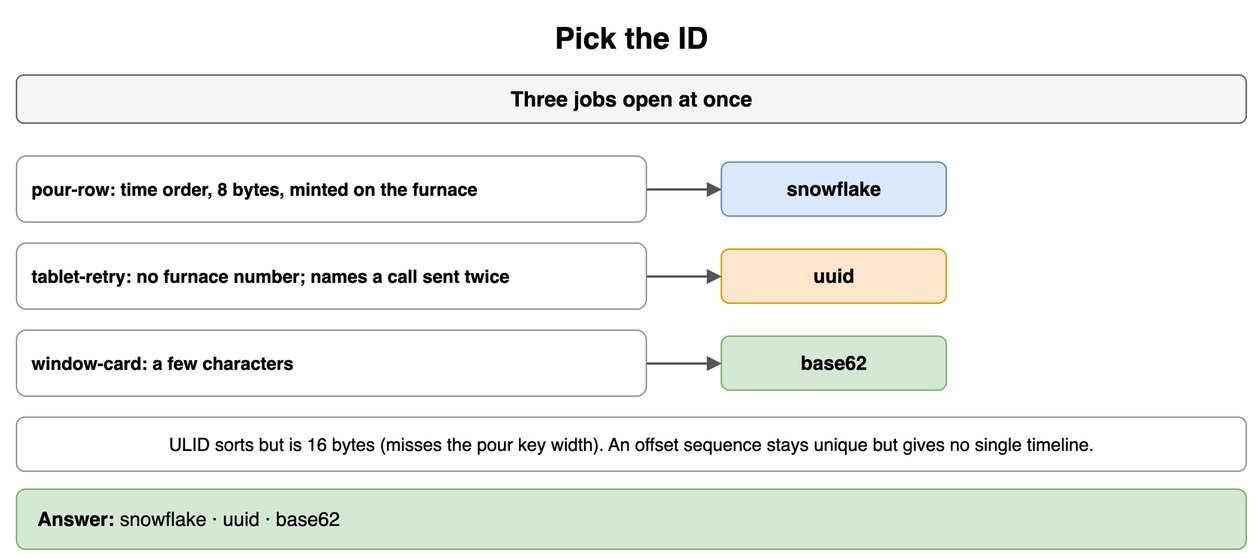
The draw.io diagram content/09_System_Design_Interview/19_Unique_ID_Generation/diagrams/unique-id-drills-8-pick-the-id.png in amendez13/swe-study-guide, before a commit. Source tidied: cells renumbered, new cells last; positions are measured from the earlier drawing's top-left corner, leaving out a move shared by most shapes.
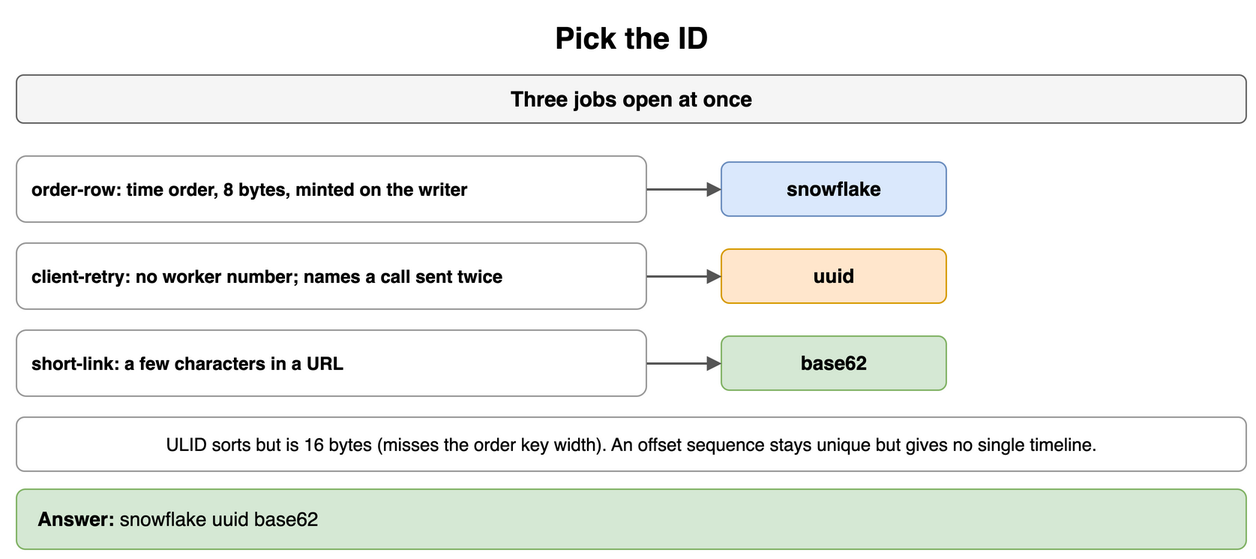
After the change.

What changed in the source:
```diff
@@ -8,7 +8,7 @@
     <mxCell id="3" value="Three jobs open at once" style="rounded=1;whiteSpace=wrap;html=1;fillColor=#f5f5f5;strokeColor=#666666;fontStyle=1;fontSize=14;" parent="1" vertex="1">
       <mxGeometry y="40" width="820" height="32" as="geometry" />
     </mxCell>
-    <mxCell id="4" value="pour-row: time order, 8 bytes, minted on the furnace" style="rounded=1;whiteSpace=wrap;html=1;fillColor=#ffffff;strokeColor=#999999;fontSize=12;align=left;fontStyle=1;spacingLeft=8;" parent="1" vertex="1">
+    <mxCell id="4" value="order-row: time order, 8 bytes, minted on the writer" style="rounded=1;whiteSpace=wrap;html=1;fillColor=#ffffff;strokeColor=#999999;fontSize=12;align=left;fontStyle=1;spacingLeft=8;" parent="1" vertex="1">
       <mxGeometry y="94" width="420" height="44" as="geometry" />
     </mxCell>
     <mxCell id="5" value="snowflake" style="rounded=1;whiteSpace=wrap;html=1;fillColor=#dae8fc;strokeColor=#6c8ebf;fontSize=13;align=center;fontStyle=1;" parent="1" vertex="1">
@@ -17,7 +17,7 @@
     <mxCell id="6" style="endArrow=block;endSize=6;html=1;strokeWidth=1.5;strokeColor=#555555;fontSize=11;labelBackgroundColor=#ffffff;" parent="1" edge="1" source="4" target="5">
       <mxGeometry relative="1" as="geometry" />
     </mxCell>
-    <mxCell id="7" value="tablet-retry: no furnace number; names a call sent twice" style="rounded=1;whiteSpace=wrap;html=1;fillColor=#ffffff;strokeColor=#999999;fontSize=12;align=left;fontStyle=1;spacingLeft=8;" parent="1" vertex="1">
+    <mxCell id="7" value="client-retry: no worker number; names a call sent twice" style="rounded=1;whiteSpace=wrap;html=1;fillColor=#ffffff;strokeColor=#999999;fontSize=12;align=left;fontStyle=1;spacingLeft=8;" parent="1" vertex="1">
       <mxGeometry y="152" width="420" height="44" as="geometry" />
     </mxCell>
     <mxCell id="8" value="uuid" style="rounded=1;whiteSpace=wrap;html=1;fillColor=#ffe6cc;strokeColor=#d79b00;fontSize=13;align=center;fontStyle=1;" parent="1" vertex="1">
@@ -26,7 +26,7 @@
     <mxCell id="9" style="endArrow=block;endSize=6;html=1;strokeWidth=1.5;strokeColor=#555555;fontSize=11;labelBackgroundColor=#ffffff;" parent="1" edge="1" source="7" target="8">
       <mxGeometry relative="1" as="geometry" />
     </mxCell>
-    <mxCell id="10" value="window-card: a few characters" style="rounded=1;whiteSpace=wrap;html=1;fillColor=#ffffff;strokeColor=#999999;fontSize=12;align=left;fontStyle=1;spacingLeft=8;" parent="1" vertex="1">
+    <mxCell id="10" value="short-link: a few characters in a URL" style="rounded=1;whiteSpace=wrap;html=1;fillColor=#ffffff;strokeColor=#999999;fontSize=12;align=left;fontStyle=1;spacingLeft=8;" parent="1" vertex="1">
       <mxGeometry y="210" width="420" height="44" as="geometry" />
     </mxCell>
     <mxCell id="11" value="base62" style="rounded=1;whiteSpace=wrap;html=1;fillColor=#d5e8d4;strokeColor=#82b366;fontSize=13;align=center;fontStyle=1;" parent="1" vertex="1">
@@ -35,10 +35,10 @@
     <mxCell id="12" style="endArrow=block;endSize=6;html=1;strokeWidth=1.5;strokeColor=#555555;fontSize=11;labelBackgroundColor=#ffffff;" parent="1" edge="1" source="10" target="11">
       <mxGeometry relative="1" as="geometry" />
     </mxCell>
-    <mxCell id="13" value="ULID sorts but is 16 bytes (misses the pour key width). An offset sequence stays unique but gives no single timeline." style="rounded=1;whiteSpace=wrap;html=1;fillColor=#ffffff;strokeColor=#999999;fontSize=12;align=center;" parent="1" vertex="1">
+    <mxCell id="13" value="ULID sorts but is 16 bytes (misses the order key width). An offset sequence stays unique but gives no single timeline." style="rounded=1;whiteSpace=wrap;html=1;fillColor=#ffffff;strokeColor=#999999;fontSize=12;align=center;" parent="1" vertex="1">
       <mxGeometry y="268" width="820" height="36" as="geometry" />
     </mxCell>
-    <mxCell id="14" value="&lt;b&gt;Answer:&lt;/b&gt; snowflake · uuid · base62" style="rounded=1;whiteSpace=wrap;html=1;fillColor=#d5e8d4;strokeColor=#82b366;fontSize=13;align=left;spacingLeft=12;" parent="1" vertex="1">
+    <mxCell id="14" value="&lt;b&gt;Answer:&lt;/b&gt; snowflake uuid base62" style="rounded=1;whiteSpace=wrap;html=1;fillColor=#d5e8d4;strokeColor=#82b366;fontSize=13;align=left;spacingLeft=12;" parent="1" vertex="1">
       <mxGeometry y="316" width="820" height="40" as="geometry" />
     </mxCell>
   </root>
```
